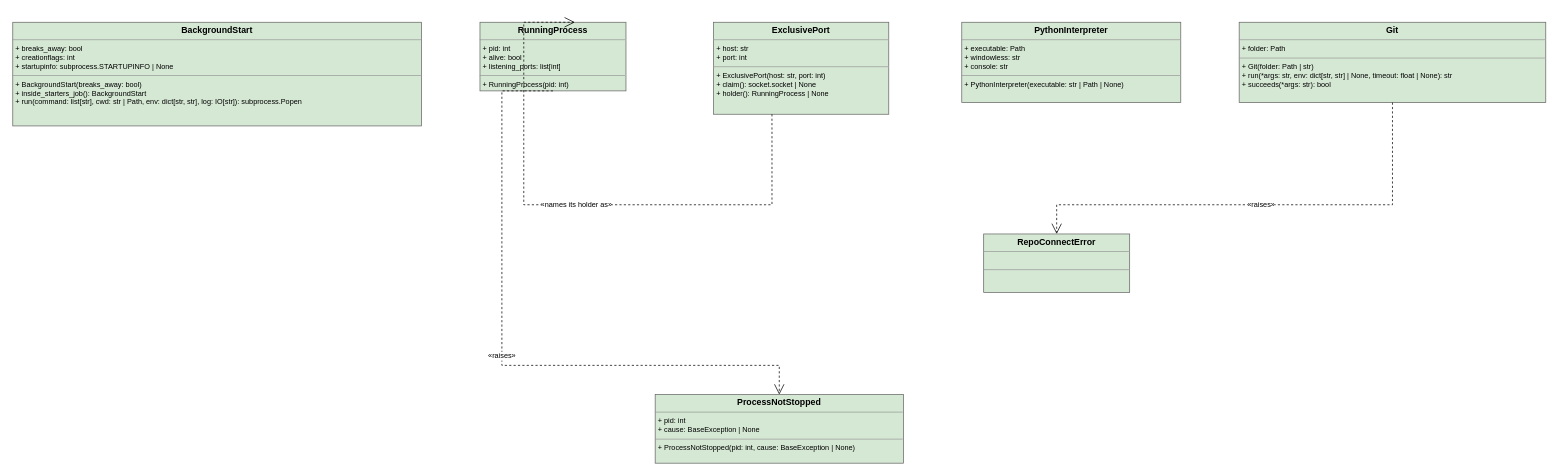
abd-works/abd-context-driven-delivery keeps this draw.io diagram as page "harness/process" (2 of 31) of .context/model/repo-model.drawio. Above is the earlier version. Source tidied: cells renumbered, new cells numbered last; positions are measured from the earlier drawing's top-left corner, leaving out a move shared by most shapes. Both pictures are drawn from the tidied source at 73%, with x=0, y=0 at pixel (12, 22).
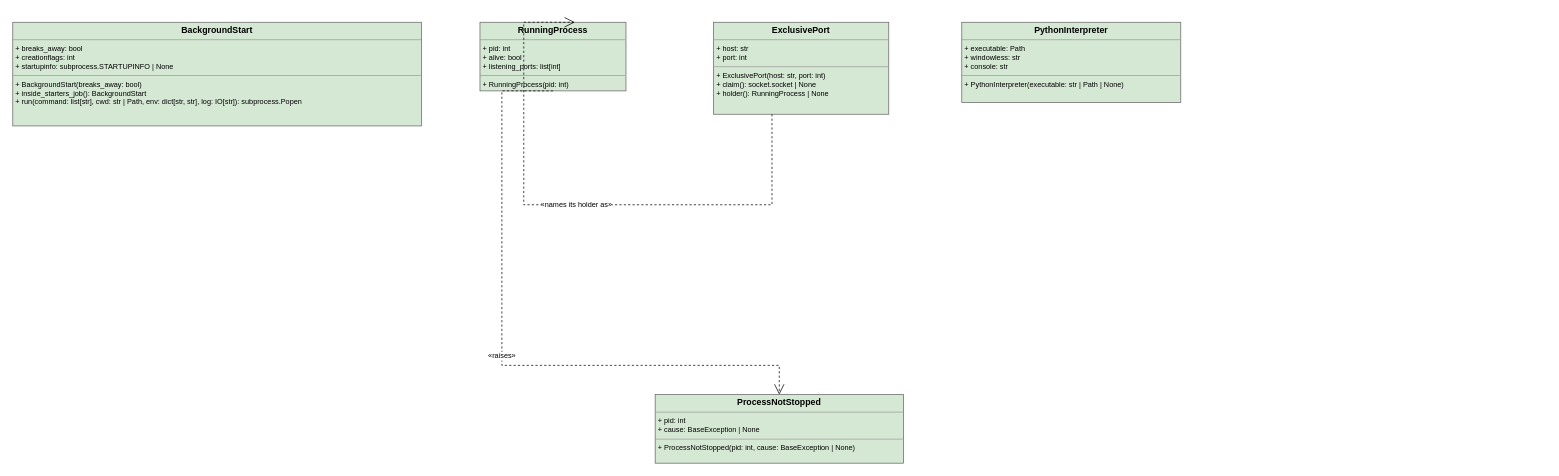
Above is the later version.

Diff of the diagram source:
```diff
@@
 <mxGraphModel>
   <root>
     <mxCell id="0" />
     <mxCell id="1" parent="0" />
     <mxCell id="2" value="&lt;p style=&quot;margin:0px;margin-top:4px;text-align:center;&quot;&gt;&lt;b&gt;BackgroundStart&lt;/b&gt;&lt;/p&gt;&lt;hr size=&quot;1&quot;/&gt;&lt;p style=&quot;margin:0px;margin-left:4px;font-size:10px;&quot;&gt;+ breaks_away: bool&lt;br/&gt;+ creationflags: int&lt;br/&gt;+ startupinfo: subprocess.STARTUPINFO | None&lt;br/&gt;&lt;/p&gt;&lt;hr size=&quot;1&quot;/&gt;&lt;p style=&quot;margin:0px;margin-left:4px;font-size:10px;&quot;&gt;+ BackgroundStart(breaks_away: bool)&lt;br/&gt;+ inside_starters_job(): BackgroundStart&lt;br/&gt;+ run(command: list[str], cwd: str | Path, env: dict[str, str], log: IO[str]): subprocess.Popen&lt;br/&gt;&lt;/p&gt;" style="verticalAlign=top;align=left;overflow=fill;fontSize=12;fontFamily=Helvetica;html=1;whiteSpace=wrap;fillColor=#d5e8d4;strokeColor=#666666;module=harness/process;" parent="1" vertex="1">
       <mxGeometry width="560" height="142" as="geometry" />
     </mxCell>
     <mxCell id="3" value="&lt;p style=&quot;margin:0px;margin-top:4px;text-align:center;&quot;&gt;&lt;b&gt;RunningProcess&lt;/b&gt;&lt;/p&gt;&lt;hr size=&quot;1&quot;/&gt;&lt;p style=&quot;margin:0px;margin-left:4px;font-size:10px;&quot;&gt;+ pid: int&lt;br/&gt;+ alive: bool&lt;br/&gt;+ listening_ports: list[int]&lt;br/&gt;&lt;/p&gt;&lt;hr size=&quot;1&quot;/&gt;&lt;p style=&quot;margin:0px;margin-left:4px;font-size:10px;&quot;&gt;+ RunningProcess(pid: int)&lt;br/&gt;+ stop(wait_seconds: float): None&lt;br/&gt;&lt;/p&gt;" style="verticalAlign=top;align=left;overflow=fill;fontSize=12;fontFamily=Helvetica;html=1;whiteSpace=wrap;fillColor=#d5e8d4;strokeColor=#666666;module=harness/process;" parent="1" vertex="1">
       <mxGeometry x="640" width="200" height="94" as="geometry" />
     </mxCell>
     <mxCell id="4" value="&lt;p style=&quot;margin:0px;margin-top:4px;text-align:center;&quot;&gt;&lt;b&gt;ProcessNotStopped&lt;/b&gt;&lt;/p&gt;&lt;hr size=&quot;1&quot;/&gt;&lt;p style=&quot;margin:0px;margin-left:4px;font-size:10px;&quot;&gt;+ pid: int&lt;br/&gt;+ cause: BaseException | None&lt;br/&gt;&lt;/p&gt;&lt;hr size=&quot;1&quot;/&gt;&lt;p style=&quot;margin:0px;margin-left:4px;font-size:10px;&quot;&gt;+ ProcessNotStopped(pid: int, cause: BaseException | None)&lt;br/&gt;&lt;/p&gt;" style="verticalAlign=top;align=left;overflow=fill;fontSize=12;fontFamily=Helvetica;html=1;whiteSpace=wrap;fillColor=#d5e8d4;strokeColor=#666666;module=harness/process;" parent="1" vertex="1">
       <mxGeometry x="880" y="510" width="340" height="94" as="geometry" />
     </mxCell>
     <mxCell id="5" value="&lt;p style=&quot;margin:0px;margin-top:4px;text-align:center;&quot;&gt;&lt;b&gt;ExclusivePort&lt;/b&gt;&lt;/p&gt;&lt;hr size=&quot;1&quot;/&gt;&lt;p style=&quot;margin:0px;margin-left:4px;font-size:10px;&quot;&gt;+ host: str&lt;br/&gt;+ port: int&lt;br/&gt;&lt;/p&gt;&lt;hr size=&quot;1&quot;/&gt;&lt;p style=&quot;margin:0px;margin-left:4px;font-size:10px;&quot;&gt;+ ExclusivePort(host: str, port: int)&lt;br/&gt;+ claim(): socket.socket | None&lt;br/&gt;+ holder(): RunningProcess | None&lt;br/&gt;&lt;/p&gt;" style="verticalAlign=top;align=left;overflow=fill;fontSize=12;fontFamily=Helvetica;html=1;whiteSpace=wrap;fillColor=#d5e8d4;strokeColor=#666666;module=harness/process;" parent="1" vertex="1">
       <mxGeometry x="960" width="240" height="126" as="geometry" />
     </mxCell>
     <mxCell id="6" value="&lt;p style=&quot;margin:0px;margin-top:4px;text-align:center;&quot;&gt;&lt;b&gt;PythonInterpreter&lt;/b&gt;&lt;/p&gt;&lt;hr size=&quot;1&quot;/&gt;&lt;p style=&quot;margin:0px;margin-left:4px;font-size:10px;&quot;&gt;+ executable: Path&lt;br/&gt;+ windowless: str&lt;br/&gt;+ console: str&lt;br/&gt;&lt;/p&gt;&lt;hr size=&quot;1&quot;/&gt;&lt;p style=&quot;margin:0px;margin-left:4px;font-size:10px;&quot;&gt;+ PythonInterpreter(executable: str | Path | None)&lt;br/&gt;&lt;/p&gt;" style="verticalAlign=top;align=left;overflow=fill;fontSize=12;fontFamily=Helvetica;html=1;whiteSpace=wrap;fillColor=#d5e8d4;strokeColor=#666666;module=harness/process;" parent="1" vertex="1">
       <mxGeometry x="1300" width="300" height="110" as="geometry" />
     </mxCell>
-    <mxCell id="7" value="&lt;p style=&quot;margin:0px;margin-top:4px;text-align:center;&quot;&gt;&lt;b&gt;Git&lt;/b&gt;&lt;/p&gt;&lt;hr size=&quot;1&quot;/&gt;&lt;p style=&quot;margin:0px;margin-left:4px;font-size:10px;&quot;&gt;+ folder: Path&lt;br/&gt;&lt;/p&gt;&lt;hr size=&quot;1&quot;/&gt;&lt;p style=&quot;margin:0px;margin-left:4px;font-size:10px;&quot;&gt;+ Git(folder: Path | str)&lt;br/&gt;+ run(*args: str, env: dict[str, str] | None, timeout: float | None): str&lt;br/&gt;+ succeeds(*args: str): bool&lt;br/&gt;&lt;/p&gt;" style="verticalAlign=top;align=left;overflow=fill;fontSize=12;fontFamily=Helvetica;html=1;whiteSpace=wrap;fillColor=#d5e8d4;strokeColor=#666666;module=harness/process;" parent="1" vertex="1">
-      <mxGeometry x="1680" width="420" height="110" as="geometry" />
-    </mxCell>
-    <mxCell id="8" value="&lt;p style=&quot;margin:0px;margin-top:4px;text-align:center;&quot;&gt;&lt;b&gt;RepoConnectError&lt;/b&gt;&lt;/p&gt;&lt;hr size=&quot;1&quot;/&gt;&lt;p style=&quot;margin:0px;margin-left:4px;font-size:10px;&quot;&gt;&lt;br/&gt;&lt;/p&gt;&lt;hr size=&quot;1&quot;/&gt;&lt;p style=&quot;margin:0px;margin-left:4px;font-size:10px;&quot;&gt;&lt;br/&gt;&lt;/p&gt;" style="verticalAlign=top;align=left;overflow=fill;fontSize=12;fontFamily=Helvetica;html=1;whiteSpace=wrap;fillColor=#d5e8d4;strokeColor=#666666;module=harness/process;" parent="1" vertex="1">
-      <mxGeometry x="1330" y="290" width="200" height="80" as="geometry" />
-    </mxCell>
     <mxCell id="9" value="«raises»" style="edgeStyle=orthogonalEdgeStyle;rounded=0;html=1;fontSize=10;labelBackgroundColor=#ffffff;dashed=1;endArrow=open;endSize=12;exitX=0.5;exitY=1.0;exitDx=0;exitDy=0;exitPerimeter=0;entryX=0.5;entryY=0.0;entryDx=0;entryDy=0;entryPerimeter=0;" parent="1" edge="1" source="3" target="4">
       <mxGeometry relative="1" as="geometry">
         <Array as="points">
           <mxPoint x="670" y="470" />
           <mxPoint x="1050" y="470" />
         </Array>
       </mxGeometry>
     </mxCell>
     <mxCell id="10" value="«names its holder as»" style="edgeStyle=orthogonalEdgeStyle;rounded=0;html=1;fontSize=10;labelBackgroundColor=#ffffff;dashed=1;endArrow=open;endSize=12;exitX=0.3333;exitY=1.0;exitDx=0;exitDy=0;exitPerimeter=0;entryX=0.65;entryY=0.0;entryDx=0;entryDy=0;entryPerimeter=0;" parent="1" edge="1" source="5" target="3">
       <mxGeometry relative="1" as="geometry">
         <Array as="points">
           <mxPoint x="1040" y="250" />
           <mxPoint x="700" y="250" />
         </Array>
       </mxGeometry>
     </mxCell>
-    <mxCell id="11" value="«raises»" style="edgeStyle=orthogonalEdgeStyle;rounded=0;html=1;fontSize=10;labelBackgroundColor=#ffffff;dashed=1;endArrow=open;endSize=12;exitX=0.5;exitY=1.0;exitDx=0;exitDy=0;exitPerimeter=0;entryX=0.5;entryY=0.0;entryDx=0;entryDy=0;entryPerimeter=0;" parent="1" edge="1" source="7" target="8">
-      <mxGeometry relative="1" as="geometry">
-        <Array as="points">
-          <mxPoint x="1890" y="250" />
-          <mxPoint x="1430" y="250" />
-        </Array>
-      </mxGeometry>
-    </mxCell>
   </root>
 </mxGraphModel>
```
